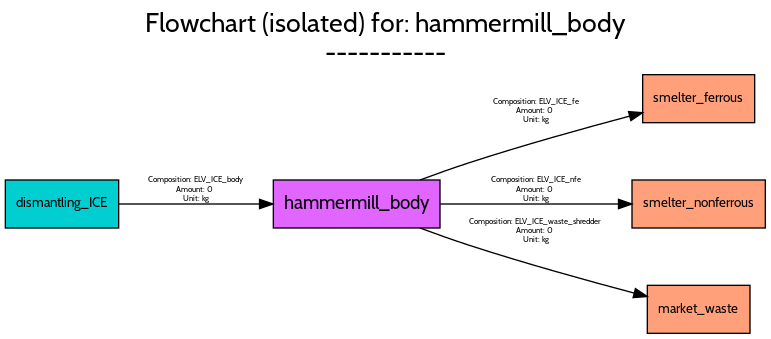
Above: src/examples/ELV/figures/flowcharts/processes/png/hammermill_body.png in FutuRaM-Project/Recovery-Model (Graphviz), before the change. Its source is kept beside it as src/examples/ELV/figures/flowcharts/processes/dot/hammermill_body.dot.
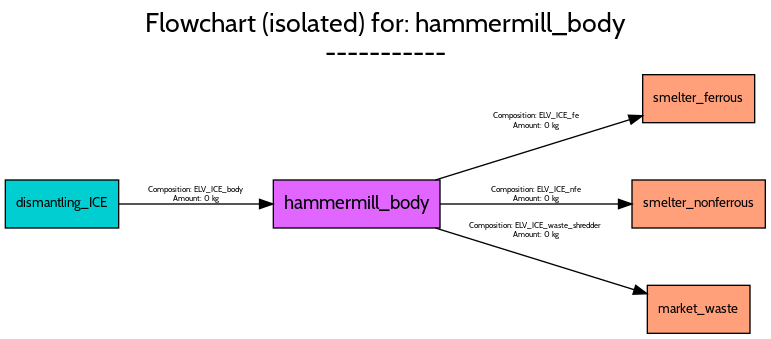
The same file after the commit.

The edit, as a diff of the source:
```diff
@@ -35,10 +35,9 @@
 		fontname=Cabin,
 		fontsize=6,
 		label="Composition: ELV_ICE_fe
-Amount: 0
-Unit: kg",
-		lp="398,166.5",
-		pos="e,477.95,165.49 311.08,115.06 323.04,119.49 335.94,124.08 348,128 388.03,141.03 434,153.81 468.19,162.9"];
+Amount: 0 kg",
+		lp="398,159",
+		pos="e,477.83,163.22 322.57,115.03 366.44,128.64 426.07,147.15 468.08,160.19"];
 	smelter_nonferrous	[fillcolor=lightsalmon1,
 		fontname=Cabin,
 		fontsize=10,
@@ -51,9 +50,8 @@
 		fontname=Cabin,
 		fontsize=6,
 		label="Composition: ELV_ICE_nfe
-Amount: 0
-Unit: kg",
-		lp="398,107.5",
+Amount: 0 kg",
+		lp="398,104",
 		pos="e,469.87,97 326.11,97 366.71,97 419.58,97 459.7,97"];
 	market_waste	[fillcolor=lightsalmon1,
 		fontname=Cabin,
@@ -67,10 +65,9 @@
 		fontname=Cabin,
 		fontsize=6,
 		label="Composition: ELV_ICE_waste_shredder
-Amount: 0
-Unit: kg",
-		lp="398,76.5",
-		pos="e,481.37,27.613 311.08,78.942 323.04,74.514 335.94,69.923 348,66 389.37,52.541 437.07,39.339 471.56,30.198"];
+Amount: 0 kg",
+		lp="398,77",
+		pos="e,481.3,29.704 322.57,78.975 367.66,64.978 429.4,45.812 471.55,32.728"];
 	dismantling_ICE	[fillcolor=darkturquoise,
 		fontname=Cabin,
 		fontsize=10,
@@ -83,8 +80,7 @@
 		fontname=Cabin,
 		fontsize=6,
 		label="Composition: ELV_ICE_body
-Amount: 0
-Unit: kg",
-		lp="143,107.5",
+Amount: 0 kg",
+		lp="143,104",
 		pos="e,200.65,97 85.208,97 114.91,97 155.6,97 190.5,97"];
 }
```
